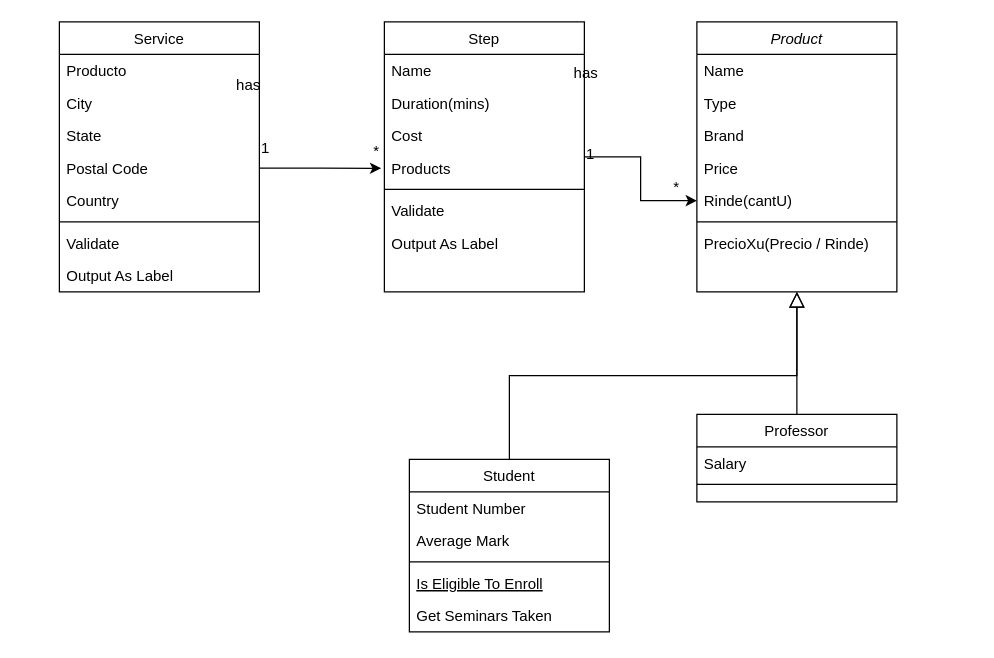
Before: Diagrama sin título.drawio in DPeeta/miwebPrueba, a draw.io diagram. Source tidied: cells renumbered, new cells numbered last; positions are measured from the earlier drawing's top-left corner, leaving out a move shared by most shapes. Both pictures are drawn from the tidied source at 125%, with x=0, y=0 at pixel (59, 21).
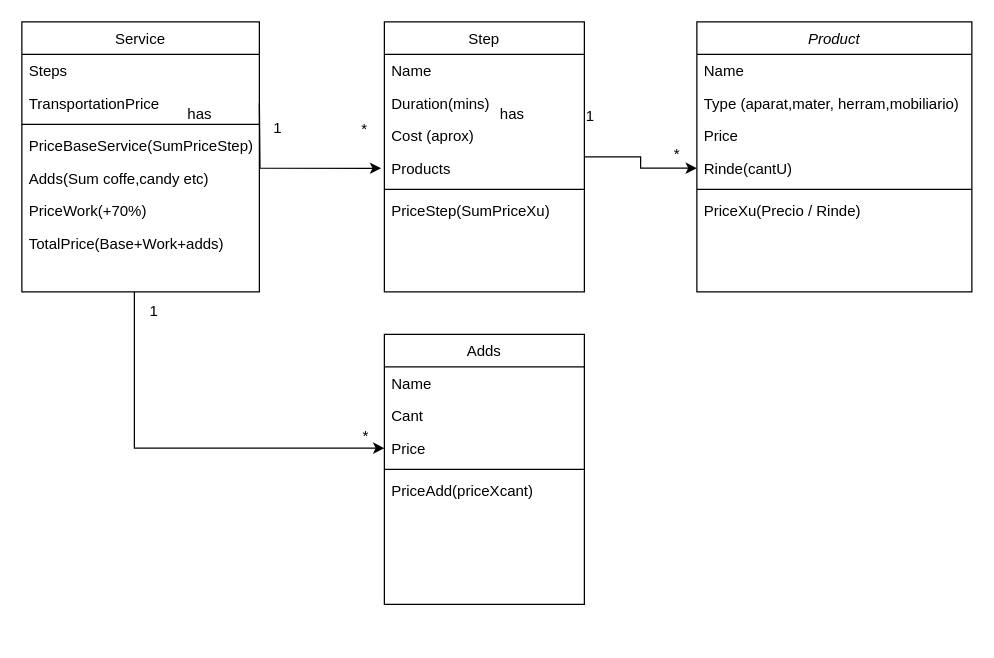
The same diagram, later.

Unchanged cells that the change refers to:
```xml
<mxCell id="10" style="endArrow=open;shadow=0;strokeWidth=1;rounded=0;endFill=1;edgeStyle=elbowEdgeStyle;elbow=vertical;entryX=-0.003;entryY=0.262;entryDx=0;entryDy=0;entryPerimeter=0;" parent="2" edge="1" source="2" target="6">
  <mxGeometry x="0.5" y="41" relative="1" as="geometry">
    <mxPoint x="-40" y="32" as="offset" />
  </mxGeometry>
</mxCell>
<mxCell id="38" value="Step" style="swimlane;fontStyle=0;align=center;verticalAlign=top;horizontal=1;startSize=26;rounded=0;shadow=0;strokeWidth=1;" parent="1" vertex="1">
  <mxGeometry x="260" width="160" height="216" as="geometry" />
</mxCell>
<mxCell id="42" value="Products" style="text;align=left;verticalAlign=top;spacingLeft=4;spacingRight=4;overflow=hidden;points=[[0,0.5],[1,0.5]];portConstraint=eastwest;rounded=0;shadow=0;html=0;" parent="38" vertex="1">
  <mxGeometry y="104" width="160" height="26" as="geometry" />
</mxCell>
```

What changed in the source:
```diff
@@
     <mxCell id="2" value="Product" style="swimlane;fontStyle=2;align=center;verticalAlign=top;horizontal=1;startSize=26;rounded=0;shadow=0;strokeWidth=1;" parent="1" vertex="1">
-      <mxGeometry x="510" width="160" height="216" as="geometry" />
+      <mxGeometry x="510" width="220" height="216" as="geometry" />
     </mxCell>
     <mxCell id="3" value="Name" style="text;align=left;verticalAlign=top;spacingLeft=4;spacingRight=4;overflow=hidden;" parent="2" vertex="1">
-      <mxGeometry y="26" width="160" height="26" as="geometry" />
+      <mxGeometry y="26" width="220" height="26" as="geometry" />
     </mxCell>
-    <mxCell id="4" value="Type" style="text;align=left;verticalAlign=top;spacingLeft=4;spacingRight=4;overflow=hidden;rounded=0;shadow=0;html=0;" parent="2" vertex="1">
-      <mxGeometry y="52" width="160" height="26" as="geometry" />
+    <mxCell id="4" value="Type (aparat,mater, herram,mobiliario)" style="text;align=left;verticalAlign=top;spacingLeft=4;spacingRight=4;overflow=hidden;rounded=0;shadow=0;html=0;" parent="2" vertex="1">
+      <mxGeometry y="52" width="220" height="26" as="geometry" />
     </mxCell>
-    <mxCell id="5" value="Brand" style="text;align=left;verticalAlign=top;spacingLeft=4;spacingRight=4;overflow=hidden;rounded=0;shadow=0;html=0;" parent="2" vertex="1">
-      <mxGeometry y="78" width="160" height="26" as="geometry" />
-    </mxCell>
     <mxCell id="6" value="Price" style="text;align=left;verticalAlign=top;spacingLeft=4;spacingRight=4;overflow=hidden;points=[[0,0.5],[1,0.5]];portConstraint=eastwest;rounded=0;shadow=0;html=0;" parent="2" vertex="1">
-      <mxGeometry y="104" width="160" height="26" as="geometry" />
+      <mxGeometry y="78" width="220" height="26" as="geometry" />
     </mxCell>
     <mxCell id="7" value="Rinde(cantU)" style="text;align=left;verticalAlign=top;spacingLeft=4;spacingRight=4;overflow=hidden;points=[[0,0.5],[1,0.5]];portConstraint=eastwest;rounded=0;shadow=0;html=0;" parent="2" vertex="1">
-      <mxGeometry y="130" width="160" height="26" as="geometry" />
+      <mxGeometry y="104" width="220" height="26" as="geometry" />
     </mxCell>
     <mxCell id="8" style="line;html=1;strokeWidth=1;align=left;verticalAlign=middle;spacingTop=-1;spacingLeft=3;spacingRight=3;labelPosition=right;" parent="2" vertex="1">
-      <mxGeometry y="156" width="160" height="8" as="geometry" />
+      <mxGeometry y="130" width="220" height="8" as="geometry" />
     </mxCell>
-    <mxCell id="9" value="PrecioXu(Precio / Rinde)" style="text;align=left;verticalAlign=top;spacingLeft=4;spacingRight=4;overflow=hidden;" parent="2" vertex="1">
-      <mxGeometry y="164" width="160" height="26" as="geometry" />
+    <mxCell id="9" value="PriceXu(Precio / Rinde)" style="text;align=left;verticalAlign=top;spacingLeft=4;spacingRight=4;overflow=hidden;" parent="2" vertex="1">
+      <mxGeometry y="138" width="220" height="26" as="geometry" />
     </mxCell>
@@
-    <mxCell id="12" value="1" style="align=right;verticalAlign=bottom;labelBackgroundColor=none;fontSize=12;" parent="10" vertex="1">
+    <mxCell id="12" value="1" style="align=right;verticalAlign=bottom;labelBackgroundColor=none;fontSize=12;direction=east;" parent="10" vertex="1">
       <mxGeometry x="1" relative="1" as="geometry">
-        <mxPoint x="-80" y="4" as="offset" />
+        <mxPoint x="-80" y="-1" as="offset" />
       </mxGeometry>
     </mxCell>
     <mxCell id="13" value="has" style="text;html=1;align=center;verticalAlign=middle;labelBackgroundColor=none;rounded=0;shadow=0;strokeWidth=1;fontSize=12;" parent="10" vertex="1">
       <mxGeometry x="0.5" y="49" relative="1" as="geometry">
-        <mxPoint x="-40" y="-70" as="offset" />
+        <mxPoint x="-99" y="-11" as="offset" />
       </mxGeometry>
     </mxCell>
-    <mxCell id="14" value="1" style="align=right;verticalAlign=bottom;labelBackgroundColor=none;fontSize=12;" parent="10" vertex="1">
-      <mxGeometry x="1" relative="1" as="geometry">
-        <mxPoint x="-340" y="-1" as="offset" />
-      </mxGeometry>
-    </mxCell>
     <mxCell id="15" value="*" style="align=left;verticalAlign=bottom;labelBackgroundColor=none;fontSize=12;" parent="10" vertex="1">
       <mxGeometry x="-1" relative="1" as="geometry">
-        <mxPoint x="-260" as="offset" />
+        <mxPoint x="-270" y="9" as="offset" />
       </mxGeometry>
     </mxCell>
     <mxCell id="16" value="has" style="text;html=1;align=center;verticalAlign=middle;labelBackgroundColor=none;rounded=0;shadow=0;strokeWidth=1;fontSize=12;" parent="10" vertex="1">
       <mxGeometry x="0.5" y="49" relative="1" as="geometry">
-        <mxPoint x="-310" y="-60" as="offset" />
+        <mxPoint x="-349" y="-11" as="offset" />
       </mxGeometry>
     </mxCell>
-    <mxCell id="17" value="Student" style="swimlane;fontStyle=0;align=center;verticalAlign=top;horizontal=1;startSize=26;rounded=0;shadow=0;strokeWidth=1;" parent="1" vertex="1">
-      <mxGeometry x="280" y="350" width="160" height="138" as="geometry" />
-    </mxCell>
-    <mxCell id="18" value="Student Number" style="text;align=left;verticalAlign=top;spacingLeft=4;spacingRight=4;overflow=hidden;" parent="17" vertex="1">
-      <mxGeometry y="26" width="160" height="26" as="geometry" />
-    </mxCell>
-    <mxCell id="19" value="Average Mark" style="text;align=left;verticalAlign=top;spacingLeft=4;spacingRight=4;overflow=hidden;rounded=0;shadow=0;html=0;" parent="17" vertex="1">
-      <mxGeometry y="52" width="160" height="26" as="geometry" />
-    </mxCell>
-    <mxCell id="20" style="line;html=1;strokeWidth=1;align=left;verticalAlign=middle;spacingTop=-1;spacingLeft=3;spacingRight=3;labelPosition=right;" parent="17" vertex="1">
-      <mxGeometry y="78" width="160" height="8" as="geometry" />
-    </mxCell>
-    <mxCell id="21" value="Is Eligible To Enroll" style="text;align=left;verticalAlign=top;spacingLeft=4;spacingRight=4;overflow=hidden;fontStyle=4;" parent="17" vertex="1">
-      <mxGeometry y="86" width="160" height="26" as="geometry" />
-    </mxCell>
-    <mxCell id="22" value="Get Seminars Taken" style="text;align=left;verticalAlign=top;spacingLeft=4;spacingRight=4;overflow=hidden;" parent="17" vertex="1">
-      <mxGeometry y="112" width="160" height="26" as="geometry" />
-    </mxCell>
-    <mxCell id="23" style="endArrow=block;endSize=10;endFill=0;shadow=0;strokeWidth=1;rounded=0;edgeStyle=elbowEdgeStyle;elbow=vertical;" parent="1" edge="1" source="17" target="2">
-      <mxGeometry relative="1" as="geometry" />
-    </mxCell>
-    <mxCell id="24" value="Professor" style="swimlane;fontStyle=0;align=center;verticalAlign=top;horizontal=1;startSize=26;rounded=0;shadow=0;strokeWidth=1;" parent="1" vertex="1">
-      <mxGeometry x="510" y="314" width="160" height="70" as="geometry" />
-    </mxCell>
-    <mxCell id="25" value="Salary" style="text;align=left;verticalAlign=top;spacingLeft=4;spacingRight=4;overflow=hidden;" parent="24" vertex="1">
-      <mxGeometry y="26" width="160" height="26" as="geometry" />
-    </mxCell>
-    <mxCell id="26" style="line;html=1;strokeWidth=1;align=left;verticalAlign=middle;spacingTop=-1;spacingLeft=3;spacingRight=3;labelPosition=right;" parent="24" vertex="1">
-      <mxGeometry y="52" width="160" height="8" as="geometry" />
-    </mxCell>
-    <mxCell id="27" style="endArrow=block;endSize=10;endFill=0;shadow=0;strokeWidth=1;rounded=0;edgeStyle=elbowEdgeStyle;elbow=vertical;" parent="1" edge="1" source="24" target="2">
-      <mxGeometry relative="1" as="geometry" />
-    </mxCell>
+    <mxCell id="47" value="1" style="align=right;verticalAlign=bottom;labelBackgroundColor=none;fontSize=12;" parent="10" vertex="1">
+      <mxGeometry x="1" relative="1" as="geometry">
+        <mxPoint x="-330" y="9" as="offset" />
+      </mxGeometry>
+    </mxCell>
+    <mxCell id="48" value="1" style="align=right;verticalAlign=bottom;labelBackgroundColor=none;fontSize=12;" parent="10" vertex="1">
+      <mxGeometry x="1" relative="1" as="geometry">
+        <mxPoint x="-429" y="155" as="offset" />
+      </mxGeometry>
+    </mxCell>
+    <mxCell id="49" value="*" style="align=left;verticalAlign=bottom;labelBackgroundColor=none;fontSize=12;" parent="10" vertex="1">
+      <mxGeometry x="-1" relative="1" as="geometry">
+        <mxPoint x="-269" y="255" as="offset" />
+      </mxGeometry>
+    </mxCell>
+    <mxCell id="50" style="edgeStyle=orthogonalEdgeStyle;rounded=0;jettySize=auto;html=1;" parent="1" edge="1" source="28">
+      <mxGeometry relative="1" as="geometry">
+        <mxPoint x="260" y="341" as="targetPoint" />
+        <Array as="points">
+          <mxPoint x="60" y="341" />
+        </Array>
+      </mxGeometry>
+    </mxCell>
     <mxCell id="28" value="Service" style="swimlane;fontStyle=0;align=center;verticalAlign=top;horizontal=1;startSize=26;rounded=0;shadow=0;strokeWidth=1;" parent="1" vertex="1">
-      <mxGeometry width="160" height="216" as="geometry" />
+      <mxGeometry x="-30" width="190" height="216" as="geometry" />
     </mxCell>
-    <mxCell id="29" value="Producto" style="text;align=left;verticalAlign=top;spacingLeft=4;spacingRight=4;overflow=hidden;" parent="28" vertex="1">
-      <mxGeometry y="26" width="160" height="26" as="geometry" />
+    <mxCell id="29" value="Steps" style="text;align=left;verticalAlign=top;spacingLeft=4;spacingRight=4;overflow=hidden;" parent="28" vertex="1">
+      <mxGeometry y="26" width="190" height="26" as="geometry" />
     </mxCell>
-    <mxCell id="30" value="City" style="text;align=left;verticalAlign=top;spacingLeft=4;spacingRight=4;overflow=hidden;rounded=0;shadow=0;html=0;" parent="28" vertex="1">
-      <mxGeometry y="52" width="160" height="26" as="geometry" />
-    </mxCell>
-    <mxCell id="31" value="State" style="text;align=left;verticalAlign=top;spacingLeft=4;spacingRight=4;overflow=hidden;rounded=0;shadow=0;html=0;" parent="28" vertex="1">
-      <mxGeometry y="78" width="160" height="26" as="geometry" />
-    </mxCell>
-    <mxCell id="32" value="Postal Code" style="text;align=left;verticalAlign=top;spacingLeft=4;spacingRight=4;overflow=hidden;points=[[0,0.5],[1,0.5]];portConstraint=eastwest;rounded=0;shadow=0;html=0;" parent="28" vertex="1">
-      <mxGeometry y="104" width="160" height="26" as="geometry" />
-    </mxCell>
-    <mxCell id="33" value="Country" style="text;align=left;verticalAlign=top;spacingLeft=4;spacingRight=4;overflow=hidden;rounded=0;shadow=0;html=0;" parent="28" vertex="1">
-      <mxGeometry y="130" width="160" height="26" as="geometry" />
-    </mxCell>
+    <mxCell id="51" value="TransportationPrice" style="text;align=left;verticalAlign=top;spacingLeft=4;spacingRight=4;overflow=hidden;" parent="28" vertex="1">
+      <mxGeometry y="52" width="190" height="26" as="geometry" />
+    </mxCell>
     <mxCell id="34" style="line;html=1;strokeWidth=1;align=left;verticalAlign=middle;spacingTop=-1;spacingLeft=3;spacingRight=3;labelPosition=right;" parent="28" vertex="1">
-      <mxGeometry y="156" width="160" height="8" as="geometry" />
+      <mxGeometry y="78" width="190" height="8" as="geometry" />
     </mxCell>
-    <mxCell id="35" value="Validate" style="text;align=left;verticalAlign=top;spacingLeft=4;spacingRight=4;overflow=hidden;" parent="28" vertex="1">
-      <mxGeometry y="164" width="160" height="26" as="geometry" />
+    <mxCell id="35" value="PriceBaseService(SumPriceStep)" style="text;align=left;verticalAlign=top;spacingLeft=4;spacingRight=4;overflow=hidden;" parent="28" vertex="1">
+      <mxGeometry y="86" width="190" height="26" as="geometry" />
     </mxCell>
+    <mxCell id="52" value="Adds(Sum coffe,candy etc)" style="text;align=left;verticalAlign=top;spacingLeft=4;spacingRight=4;overflow=hidden;" parent="28" vertex="1">
+      <mxGeometry y="112" width="190" height="26" as="geometry" />
+    </mxCell>
-    <mxCell id="36" value="Output As Label" style="text;align=left;verticalAlign=top;spacingLeft=4;spacingRight=4;overflow=hidden;" parent="28" vertex="1">
-      <mxGeometry y="190" width="160" height="26" as="geometry" />
+    <mxCell id="36" value="PriceWork(+70%)" style="text;align=left;verticalAlign=top;spacingLeft=4;spacingRight=4;overflow=hidden;" parent="28" vertex="1">
+      <mxGeometry y="138" width="190" height="26" as="geometry" />
     </mxCell>
+    <mxCell id="53" value="TotalPrice(Base+Work+adds)" style="text;align=left;verticalAlign=top;spacingLeft=4;spacingRight=4;overflow=hidden;" parent="28" vertex="1">
+      <mxGeometry y="164" width="190" height="26" as="geometry" />
+    </mxCell>
@@
-    <mxCell id="41" value="Cost" style="text;align=left;verticalAlign=top;spacingLeft=4;spacingRight=4;overflow=hidden;rounded=0;shadow=0;html=0;" parent="38" vertex="1">
+    <mxCell id="41" value="Cost (aprox)" style="text;align=left;verticalAlign=top;spacingLeft=4;spacingRight=4;overflow=hidden;rounded=0;shadow=0;html=0;" parent="38" vertex="1">
       <mxGeometry y="78" width="160" height="26" as="geometry" />
     </mxCell>
@@
-    <mxCell id="44" value="Validate" style="text;align=left;verticalAlign=top;spacingLeft=4;spacingRight=4;overflow=hidden;" parent="38" vertex="1">
+    <mxCell id="44" value="PriceStep(SumPriceXu)" style="text;align=left;verticalAlign=top;spacingLeft=4;spacingRight=4;overflow=hidden;" parent="38" vertex="1">
       <mxGeometry y="138" width="160" height="26" as="geometry" />
     </mxCell>
-    <mxCell id="45" value="Output As Label" style="text;align=left;verticalAlign=top;spacingLeft=4;spacingRight=4;overflow=hidden;" parent="38" vertex="1">
-      <mxGeometry y="164" width="160" height="26" as="geometry" />
-    </mxCell>
-    <mxCell id="46" style="edgeStyle=orthogonalEdgeStyle;rounded=0;jettySize=auto;html=1;entryX=-0.016;entryY=0.505;entryDx=0;entryDy=0;exitX=1;exitY=0.5;exitDx=0;exitDy=0;entryPerimeter=0;" parent="1" edge="1" source="32" target="42">
-      <mxGeometry relative="1" as="geometry" />
+    <mxCell id="46" style="edgeStyle=orthogonalEdgeStyle;rounded=0;jettySize=auto;html=1;entryX=-0.016;entryY=0.505;entryDx=0;entryDy=0;exitX=1;exitY=0.5;exitDx=0;exitDy=0;entryPerimeter=0;" parent="1" edge="1" target="42">
+      <mxGeometry relative="1" as="geometry">
+        <mxPoint x="160" y="65" as="sourcePoint" />
+      </mxGeometry>
     </mxCell>
+    <mxCell id="54" value="Adds" style="swimlane;fontStyle=0;align=center;verticalAlign=top;horizontal=1;startSize=26;rounded=0;shadow=0;strokeWidth=1;" parent="1" vertex="1">
+      <mxGeometry x="260" y="250" width="160" height="216" as="geometry" />
+    </mxCell>
+    <mxCell id="55" value="Name" style="text;align=left;verticalAlign=top;spacingLeft=4;spacingRight=4;overflow=hidden;" parent="54" vertex="1">
+      <mxGeometry y="26" width="160" height="26" as="geometry" />
+    </mxCell>
+    <mxCell id="56" value="Cant" style="text;align=left;verticalAlign=top;spacingLeft=4;spacingRight=4;overflow=hidden;" parent="54" vertex="1">
+      <mxGeometry y="52" width="160" height="26" as="geometry" />
+    </mxCell>
+    <mxCell id="57" value="Price" style="text;align=left;verticalAlign=top;spacingLeft=4;spacingRight=4;overflow=hidden;rounded=0;shadow=0;html=0;" parent="54" vertex="1">
+      <mxGeometry y="78" width="160" height="26" as="geometry" />
+    </mxCell>
+    <mxCell id="58" style="line;html=1;strokeWidth=1;align=left;verticalAlign=middle;spacingTop=-1;spacingLeft=3;spacingRight=3;labelPosition=right;" parent="54" vertex="1">
+      <mxGeometry y="104" width="160" height="8" as="geometry" />
+    </mxCell>
+    <mxCell id="59" value="PriceAdd(priceXcant)" style="text;align=left;verticalAlign=top;spacingLeft=4;spacingRight=4;overflow=hidden;rounded=0;shadow=0;html=0;" parent="54" vertex="1">
+      <mxGeometry y="112" width="160" height="26" as="geometry" />
+    </mxCell>
```
